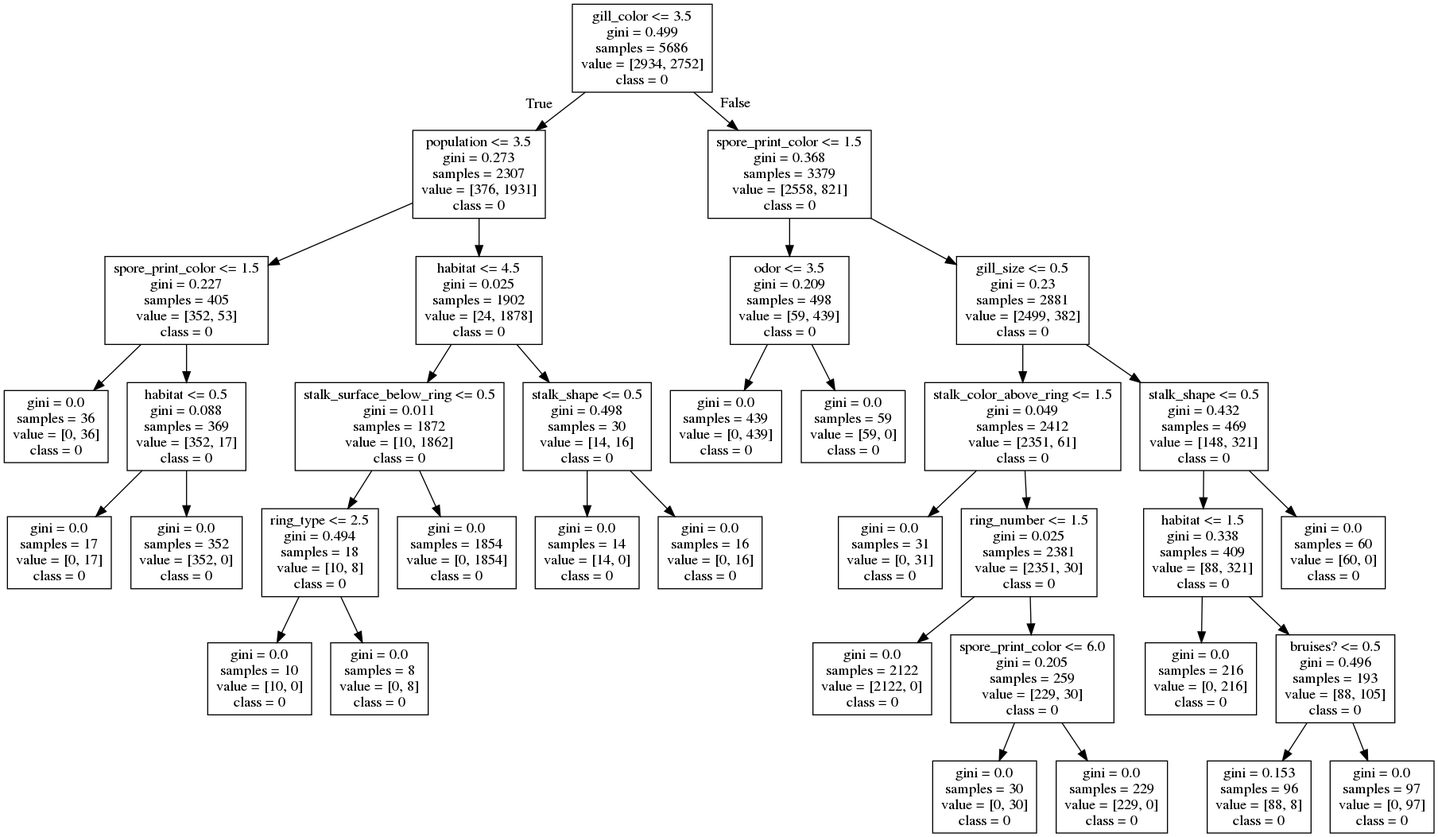
The Graphviz diagram mushroom_tree.png in masaimahapa/mushroom-predictor, before a commit. Its source is kept beside it as mushroom_tree.dot.
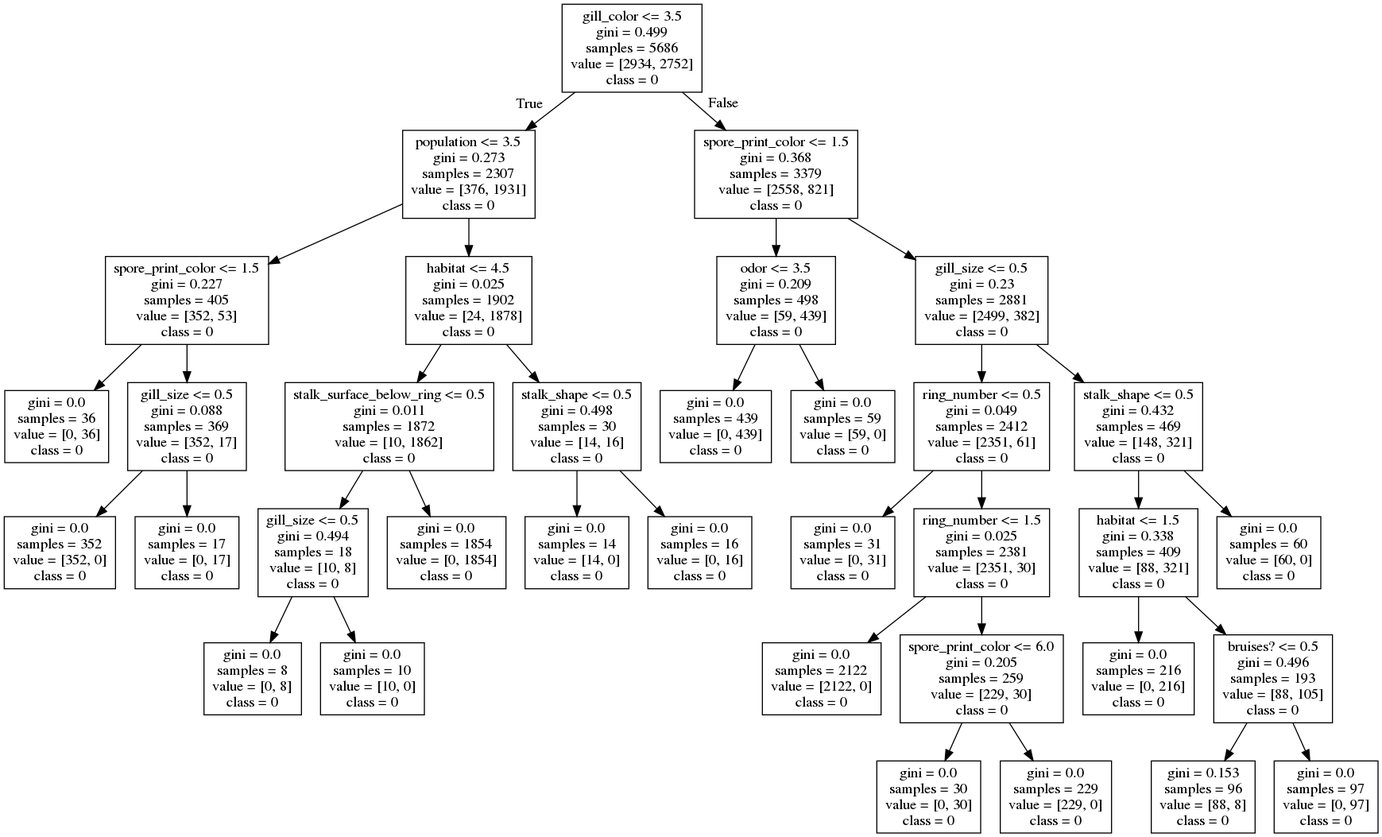
The same file after the commit.

Diff of the diagram source:
```diff
@@ -7,17 +7,17 @@
 1 -> 2 ;
 3 [label="gini = 0.0\nsamples = 36\nvalue = [0, 36]\nclass = 0"] ;
 2 -> 3 ;
-4 [label="habitat <= 0.5\ngini = 0.088\nsamples = 369\nvalue = [352, 17]\nclass = 0"] ;
+4 [label="gill_size <= 0.5\ngini = 0.088\nsamples = 369\nvalue = [352, 17]\nclass = 0"] ;
 2 -> 4 ;
-5 [label="gini = 0.0\nsamples = 17\nvalue = [0, 17]\nclass = 0"] ;
+5 [label="gini = 0.0\nsamples = 352\nvalue = [352, 0]\nclass = 0"] ;
 4 -> 5 ;
-6 [label="gini = 0.0\nsamples = 352\nvalue = [352, 0]\nclass = 0"] ;
+6 [label="gini = 0.0\nsamples = 17\nvalue = [0, 17]\nclass = 0"] ;
 4 -> 6 ;
 7 [label="habitat <= 4.5\ngini = 0.025\nsamples = 1902\nvalue = [24, 1878]\nclass = 0"] ;
 1 -> 7 ;
 8 [label="stalk_surface_below_ring <= 0.5\ngini = 0.011\nsamples = 1872\nvalue = [10, 1862]\nclass = 0"] ;
 7 -> 8 ;
-9 [label="ring_type <= 2.5\ngini = 0.494\nsamples = 18\nvalue = [10, 8]\nclass = 0"] ;
+9 [label="habitat <= 0.5\ngini = 0.494\nsamples = 18\nvalue = [10, 8]\nclass = 0"] ;
 8 -> 9 ;
 10 [label="gini = 0.0\nsamples = 10\nvalue = [10, 0]\nclass = 0"] ;
 9 -> 10 ;
@@ -41,7 +41,7 @@
 17 -> 19 ;
 20 [label="gill_size <= 0.5\ngini = 0.23\nsamples = 2881\nvalue = [2499, 382]\nclass = 0"] ;
 16 -> 20 ;
-21 [label="stalk_color_above_ring <= 1.5\ngini = 0.049\nsamples = 2412\nvalue = [2351, 61]\nclass = 0"] ;
+21 [label="stalk_color_below_ring <= 1.5\ngini = 0.049\nsamples = 2412\nvalue = [2351, 61]\nclass = 0"] ;
 20 -> 21 ;
 22 [label="gini = 0.0\nsamples = 31\nvalue = [0, 31]\nclass = 0"] ;
 21 -> 22 ;
```
